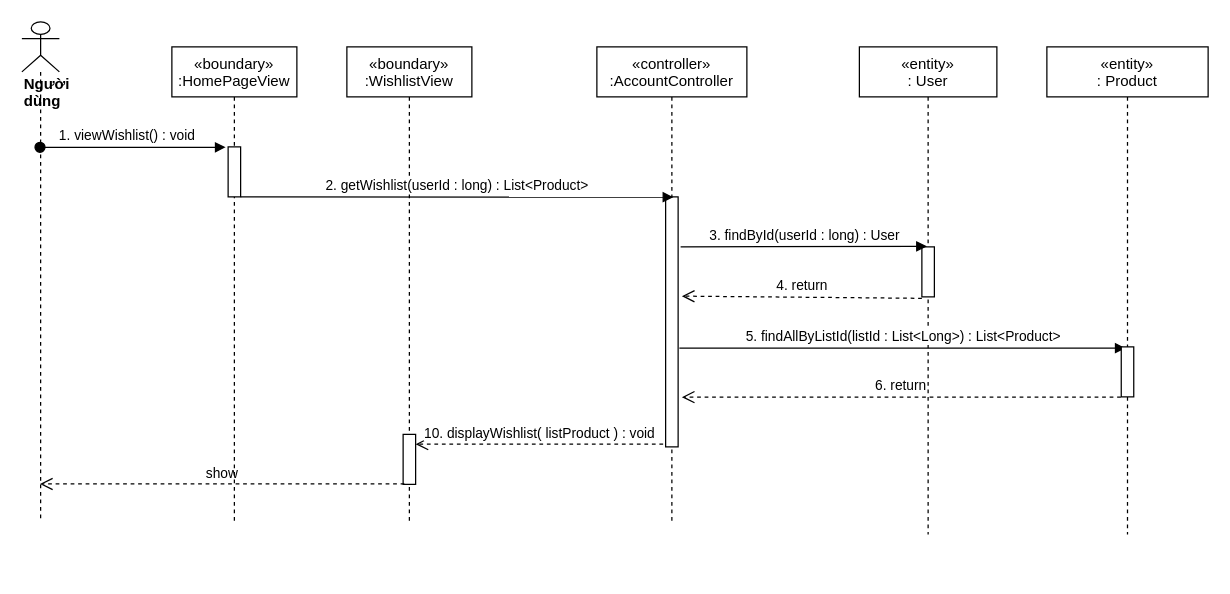
nguyenphamvan/datn_20202 keeps this draw.io diagram as sequence diagram/get-wishlist-sequence-diagram.drawio. Above is the earlier version. Source tidied: cells renumbered, new cells numbered last; positions are measured from the earlier drawing's top-left corner, leaving out a move shared by most shapes. Both pictures are drawn from the tidied source at 125%, with x=0, y=0 at pixel (21, 21).
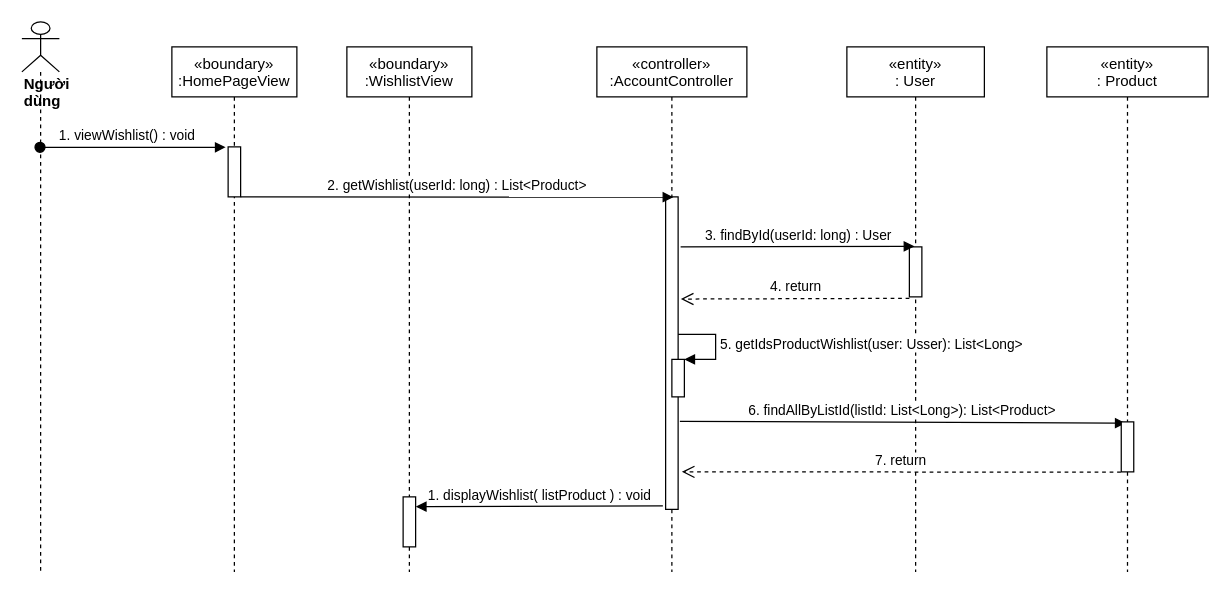
After the change.

Unchanged cells that the change refers to:
```xml
<mxCell id="10" style="points=[];perimeter=orthogonalPerimeter;rounded=0;shadow=0;strokeWidth=1;" parent="9" vertex="1">
  <mxGeometry x="50" y="160" width="10" height="40" as="geometry" />
</mxCell>
<mxCell id="20" style="points=[];perimeter=orthogonalPerimeter;rounded=0;shadow=0;strokeWidth=1;" parent="19" vertex="1">
  <mxGeometry x="45" y="80" width="10" height="40" as="geometry" />
</mxCell>
```

What changed in the source:
```diff
@@
     <mxCell id="2" value="«boundary»&#10;:WishlistView" style="shape=umlLifeline;perimeter=lifelinePerimeter;rounded=0;shadow=0;strokeWidth=1;" parent="1" vertex="1">
-      <mxGeometry x="260" y="20" width="100" height="380" as="geometry" />
+      <mxGeometry x="260" y="20" width="100" height="420" as="geometry" />
     </mxCell>
-    <mxCell id="3" style="points=[];perimeter=orthogonalPerimeter;rounded=0;shadow=0;strokeWidth=1;" parent="2" vertex="1">
-      <mxGeometry x="45" y="310" width="10" height="40" as="geometry" />
-    </mxCell>
     <mxCell id="4" value="«controller»&#10;:AccountController" style="shape=umlLifeline;perimeter=lifelinePerimeter;rounded=0;shadow=0;strokeWidth=1;" parent="1" vertex="1">
-      <mxGeometry x="460" y="20" width="120" height="380" as="geometry" />
+      <mxGeometry x="460" y="20" width="120" height="420" as="geometry" />
     </mxCell>
     <mxCell id="5" style="points=[];perimeter=orthogonalPerimeter;rounded=0;shadow=0;strokeWidth=1;" parent="4" vertex="1">
-      <mxGeometry x="55" y="120" width="10" height="200" as="geometry" />
+      <mxGeometry x="55" y="120" width="10" height="250" as="geometry" />
     </mxCell>
     <mxCell id="6" value="&lt;div&gt;&lt;b&gt;Người dùng&lt;/b&gt;&lt;/div&gt;" style="shape=umlLifeline;participant=umlActor;perimeter=lifelinePerimeter;whiteSpace=wrap;html=1;verticalAlign=top;spacingTop=36;outlineConnect=0;align=left;" parent="1" vertex="1">
-      <mxGeometry width="30" height="400" as="geometry" />
+      <mxGeometry width="30" height="440" as="geometry" />
     </mxCell>
@@
-    <mxCell id="8" value="2. getWishlist(userId : long) : List&amp;lt;Product&amp;gt;" style="html=1;verticalAlign=bottom;endArrow=block;entryX=0.617;entryY=0.001;entryDx=0;entryDy=0;entryPerimeter=0;" parent="1" edge="1" source="20" target="5">
+    <mxCell id="8" value="2. getWishlist(userId: long) : List&amp;lt;Product&amp;gt;" style="html=1;verticalAlign=bottom;endArrow=block;entryX=0.617;entryY=0.001;entryDx=0;entryDy=0;entryPerimeter=0;" parent="1" edge="1" source="20" target="5">
       <mxGeometry relative="1" as="geometry" />
     </mxCell>
     <mxCell id="9" value="«entity»&#10;: User" style="shape=umlLifeline;perimeter=lifelinePerimeter;rounded=0;shadow=0;strokeWidth=1;" parent="1" vertex="1">
-      <mxGeometry x="670" y="20" width="110" height="390" as="geometry" />
+      <mxGeometry x="660" y="20" width="110" height="420" as="geometry" />
     </mxCell>
@@
-    <mxCell id="11" value="5. findAllByListId(listId : List&amp;lt;Long&amp;gt;) : List&amp;lt;Product&amp;gt;" style="html=1;verticalAlign=bottom;endArrow=block;entryX=0.35;entryY=0.027;entryDx=0;entryDy=0;entryPerimeter=0;" parent="1" edge="1" target="16">
-      <mxGeometry relative="1" as="geometry">
-        <mxPoint x="526" y="261" as="sourcePoint" />
-      </mxGeometry>
+    <mxCell id="11" value="6. findAllByListId(listId: List&amp;lt;Long&amp;gt;): List&amp;lt;Product&amp;gt;" style="html=1;verticalAlign=bottom;endArrow=block;entryX=0.35;entryY=0.027;entryDx=0;entryDy=0;entryPerimeter=0;exitX=1.14;exitY=0.718;exitDx=0;exitDy=0;exitPerimeter=0;" parent="1" edge="1" source="5" target="16">
+      <mxGeometry relative="1" as="geometry" />
     </mxCell>
-    <mxCell id="12" value="6. return" style="html=1;verticalAlign=bottom;endArrow=open;dashed=1;endSize=8;exitX=-0.03;exitY=1.005;exitDx=0;exitDy=0;exitPerimeter=0;entryX=1.3;entryY=0.801;entryDx=0;entryDy=0;entryPerimeter=0;" parent="1" edge="1" source="16" target="5">
-      <mxGeometry relative="1" as="geometry" />
+    <mxCell id="12" value="7. return" style="html=1;verticalAlign=bottom;endArrow=open;dashed=1;endSize=8;exitX=-0.03;exitY=1.005;exitDx=0;exitDy=0;exitPerimeter=0;" parent="1" edge="1" source="16">
+      <mxGeometry relative="1" as="geometry">
+        <mxPoint x="528" y="360" as="targetPoint" />
+      </mxGeometry>
     </mxCell>
-    <mxCell id="13" value="3. findById(userId : long) : User" style="html=1;verticalAlign=bottom;endArrow=block;entryX=0.4;entryY=-0.011;entryDx=0;entryDy=0;entryPerimeter=0;" parent="1" edge="1" target="10">
+    <mxCell id="13" value="3. findById(userId: long) : User" style="html=1;verticalAlign=bottom;endArrow=block;entryX=0.4;entryY=-0.011;entryDx=0;entryDy=0;entryPerimeter=0;" parent="1" edge="1" target="10">
       <mxGeometry relative="1" as="geometry">
         <mxPoint x="527" y="180" as="sourcePoint" />
       </mxGeometry>
     </mxCell>
-    <mxCell id="14" value="4. return" style="html=1;verticalAlign=bottom;endArrow=open;dashed=1;endSize=8;exitX=0;exitY=1.029;exitDx=0;exitDy=0;exitPerimeter=0;entryX=1.3;entryY=0.397;entryDx=0;entryDy=0;entryPerimeter=0;" parent="1" edge="1" source="10" target="5">
+    <mxCell id="14" value="4. return" style="html=1;verticalAlign=bottom;endArrow=open;dashed=1;endSize=8;exitX=0;exitY=1.029;exitDx=0;exitDy=0;exitPerimeter=0;entryX=1.22;entryY=0.327;entryDx=0;entryDy=0;entryPerimeter=0;" parent="1" edge="1" source="10" target="5">
       <mxGeometry relative="1" as="geometry" />
     </mxCell>
     <mxCell id="15" value="«entity»&#10;: Product" style="shape=umlLifeline;perimeter=lifelinePerimeter;rounded=0;shadow=0;strokeWidth=1;" parent="1" vertex="1">
-      <mxGeometry x="820" y="20" width="129" height="390" as="geometry" />
+      <mxGeometry x="820" y="20" width="129" height="420" as="geometry" />
     </mxCell>
     <mxCell id="16" style="points=[];perimeter=orthogonalPerimeter;rounded=0;shadow=0;strokeWidth=1;" parent="15" vertex="1">
-      <mxGeometry x="59.5" y="240" width="10" height="40" as="geometry" />
+      <mxGeometry x="59.5" y="300" width="10" height="40" as="geometry" />
     </mxCell>
-    <mxCell id="17" value="&lt;span style=&quot;font-family: &amp;#34;helvetica&amp;#34;&quot;&gt;10. displayWishlist( listProduct ) : void&lt;/span&gt;" style="html=1;verticalAlign=bottom;endArrow=open;dashed=1;endSize=8;exitX=-0.2;exitY=0.989;exitDx=0;exitDy=0;exitPerimeter=0;" parent="1" edge="1" source="5" target="3">
-      <mxGeometry relative="1" as="geometry" />
-    </mxCell>
-    <mxCell id="18" value="&lt;span style=&quot;color: rgb(0 , 0 , 0) ; font-family: &amp;#34;helvetica&amp;#34; ; font-size: 11px ; font-style: normal ; font-weight: 400 ; letter-spacing: normal ; text-align: center ; text-indent: 0px ; text-transform: none ; word-spacing: 0px ; background-color: rgb(255 , 255 , 255) ; display: inline ; float: none&quot;&gt;show&lt;/span&gt;" style="html=1;verticalAlign=bottom;endArrow=open;dashed=1;endSize=8;exitX=0.1;exitY=0.992;exitDx=0;exitDy=0;exitPerimeter=0;" parent="1" edge="1" source="3" target="6">
-      <mxGeometry relative="1" as="geometry" />
-    </mxCell>
     <mxCell id="19" value="«boundary»&#10;:HomePageView" style="shape=umlLifeline;perimeter=lifelinePerimeter;rounded=0;shadow=0;strokeWidth=1;" parent="1" vertex="1">
-      <mxGeometry x="120" y="20" width="100" height="380" as="geometry" />
+      <mxGeometry x="120" y="20" width="100" height="420" as="geometry" />
     </mxCell>
@@
+    <mxCell id="17" value="&lt;span style=&quot;font-family: &amp;#34;helvetica&amp;#34;&quot;&gt;1. displayWishlist( listProduct ) : void&lt;/span&gt;" style="html=1;verticalAlign=bottom;endArrow=block;entryX=1.02;entryY=0.195;entryDx=0;entryDy=0;entryPerimeter=0;exitX=-0.22;exitY=0.989;exitDx=0;exitDy=0;exitPerimeter=0;" parent="1" edge="1" source="5" target="3">
+      <mxGeometry relative="1" as="geometry" />
+    </mxCell>
+    <mxCell id="21" style="html=1;points=[];perimeter=orthogonalPerimeter;" parent="1" vertex="1">
+      <mxGeometry x="520" y="270" width="10" height="30" as="geometry" />
+    </mxCell>
+    <mxCell id="22" value="5. getIdsProductWishlist(user: Usser): List&amp;lt;Long&amp;gt;" style="edgeStyle=orthogonalEdgeStyle;html=1;align=left;spacingLeft=2;endArrow=block;rounded=0;entryX=1;entryY=0;" parent="1" edge="1" target="21">
+      <mxGeometry relative="1" as="geometry">
+        <mxPoint x="525" y="250" as="sourcePoint" />
+        <Array as="points">
+          <mxPoint x="555" y="250" />
+        </Array>
+      </mxGeometry>
+    </mxCell>
+    <mxCell id="3" style="points=[];perimeter=orthogonalPerimeter;rounded=0;shadow=0;strokeWidth=1;" parent="1" vertex="1">
+      <mxGeometry x="305" y="380" width="10" height="40" as="geometry" />
+    </mxCell>
```
